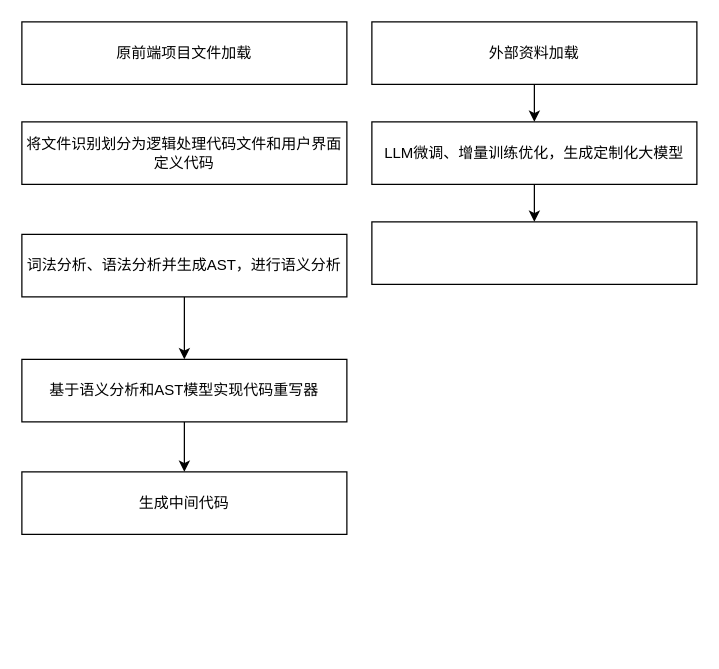
The draw.io diagram 专利1流程图.drawio in fydgmy/jubilant-potato, before the edit. Source tidied: cells renumbered, new cells numbered last; positions are measured from the earlier drawing's top-left corner, leaving out a move shared by most shapes. Both pictures are drawn from the tidied source at 125%, with x=0, y=0 at pixel (21, 21).
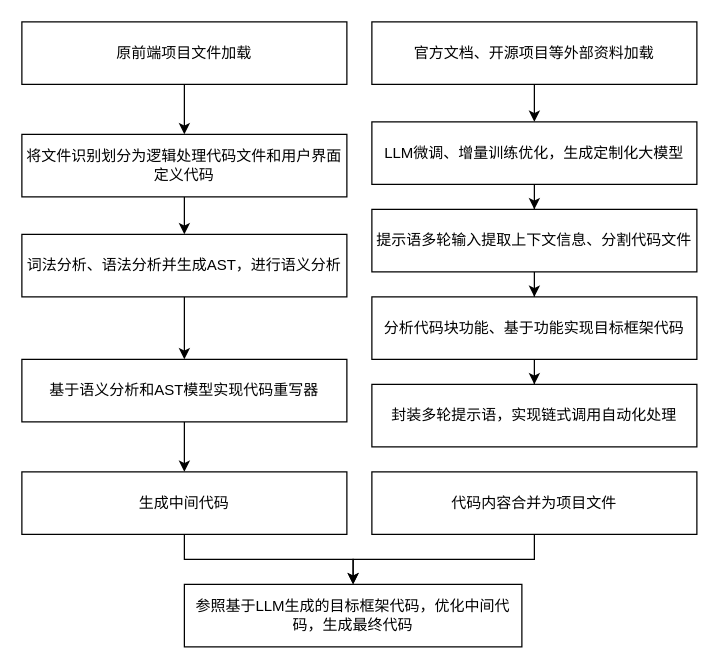
Above is the later version.

Commit message (it also covers changes not shown here):
更新专利1流程图.drawio

The change refers to these unchanged cells:
```xml
<mxCell id="2" value="原前端项目文件加载" style="rounded=0;whiteSpace=wrap;html=1;" parent="1" vertex="1">
  <mxGeometry width="260" height="50" as="geometry" />
</mxCell>
<mxCell id="4" value="词法分析、语法分析并生成AST，进行语义分析" style="rounded=0;whiteSpace=wrap;html=1;" parent="1" vertex="1">
  <mxGeometry y="170" width="260" height="50" as="geometry" />
</mxCell>
<mxCell id="7" value="生成中间代码" style="rounded=0;whiteSpace=wrap;html=1;" parent="1" vertex="1">
  <mxGeometry y="360" width="260" height="50" as="geometry" />
</mxCell>
```

Change to the diagram source:
```diff
@@
+    <mxCell id="14" style="edgeStyle=orthogonalEdgeStyle;rounded=0;jettySize=auto;html=1;entryX=0.5;entryY=0;entryDx=0;entryDy=0;" parent="1" edge="1" source="2" target="8">
+      <mxGeometry relative="1" as="geometry" />
+    </mxCell>
@@
+    <mxCell id="15" style="edgeStyle=orthogonalEdgeStyle;rounded=0;jettySize=auto;html=1;entryX=0.5;entryY=0;entryDx=0;entryDy=0;" parent="1" edge="1" source="7" target="23">
+      <mxGeometry relative="1" as="geometry" />
+    </mxCell>
@@
+    <mxCell id="16" style="edgeStyle=orthogonalEdgeStyle;rounded=0;jettySize=auto;html=1;entryX=0.5;entryY=0;entryDx=0;entryDy=0;" parent="1" edge="1" source="8" target="4">
+      <mxGeometry relative="1" as="geometry" />
+    </mxCell>
     <mxCell id="8" value="将文件识别划分为逻辑处理代码文件和用户界面定义代码" style="rounded=0;whiteSpace=wrap;html=1;" parent="1" vertex="1">
-      <mxGeometry y="80" width="260" height="50" as="geometry" />
+      <mxGeometry y="90" width="260" height="50" as="geometry" />
     </mxCell>
@@
-    <mxCell id="10" value="外部资料加载" style="rounded=0;whiteSpace=wrap;html=1;" parent="1" vertex="1">
+    <mxCell id="10" value="官方文档、开源项目等外部资料加载" style="rounded=0;whiteSpace=wrap;html=1;" parent="1" vertex="1">
       <mxGeometry x="280" width="260" height="50" as="geometry" />
     </mxCell>
@@
+    <mxCell id="17" style="edgeStyle=orthogonalEdgeStyle;rounded=0;jettySize=auto;html=1;entryX=0.5;entryY=0;entryDx=0;entryDy=0;" parent="1" edge="1" source="13" target="19">
+      <mxGeometry relative="1" as="geometry" />
+    </mxCell>
-    <mxCell id="13" style="rounded=0;whiteSpace=wrap;html=1;" parent="1" vertex="1">
-      <mxGeometry x="280" y="160" width="260" height="50" as="geometry" />
+    <mxCell id="13" value="提示语多轮输入提取上下文信息、分割代码文件" style="rounded=0;whiteSpace=wrap;html=1;" parent="1" vertex="1">
+      <mxGeometry x="280" y="150" width="260" height="50" as="geometry" />
     </mxCell>
+    <mxCell id="18" style="edgeStyle=orthogonalEdgeStyle;rounded=0;jettySize=auto;html=1;entryX=0.5;entryY=0;entryDx=0;entryDy=0;" parent="1" edge="1" source="19" target="20">
+      <mxGeometry relative="1" as="geometry" />
+    </mxCell>
+    <mxCell id="19" value="分析代码块功能、基于功能实现目标框架代码" style="rounded=0;whiteSpace=wrap;html=1;" parent="1" vertex="1">
+      <mxGeometry x="280" y="220" width="260" height="50" as="geometry" />
+    </mxCell>
+    <mxCell id="20" value="封装多轮提示语，实现链式调用自动化处理" style="rounded=0;whiteSpace=wrap;html=1;" parent="1" vertex="1">
+      <mxGeometry x="280" y="290" width="260" height="50" as="geometry" />
+    </mxCell>
+    <mxCell id="21" style="edgeStyle=orthogonalEdgeStyle;rounded=0;jettySize=auto;html=1;entryX=0.5;entryY=0;entryDx=0;entryDy=0;" parent="1" edge="1" source="22" target="23">
+      <mxGeometry relative="1" as="geometry" />
+    </mxCell>
+    <mxCell id="22" value="代码内容合并为项目文件" style="rounded=0;whiteSpace=wrap;html=1;" parent="1" vertex="1">
+      <mxGeometry x="280" y="360" width="260" height="50" as="geometry" />
+    </mxCell>
+    <mxCell id="23" value="参照基于LLM生成的目标框架代码，优化中间代码，生成最终代码" style="rounded=0;whiteSpace=wrap;html=1;" parent="1" vertex="1">
+      <mxGeometry x="130" y="450" width="270" height="50" as="geometry" />
+    </mxCell>
```
